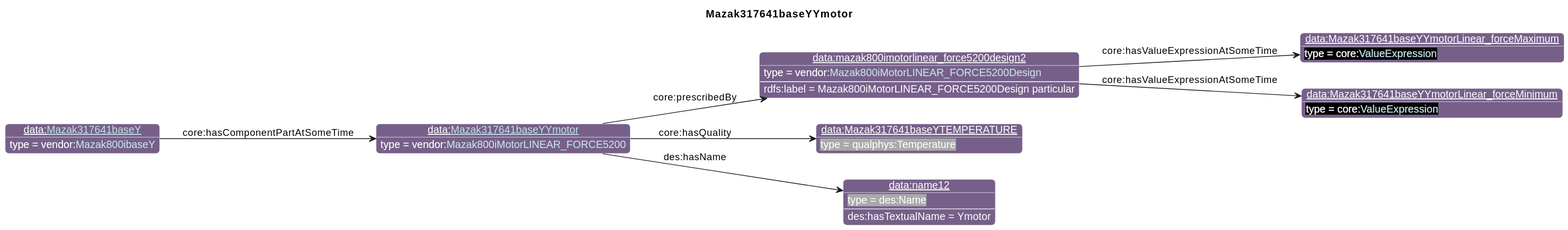
Earlier version of the PlantUML export diagrams/Mazak317641baseYYmotor.svg (iofoundry/example-syseng-mtconnect).
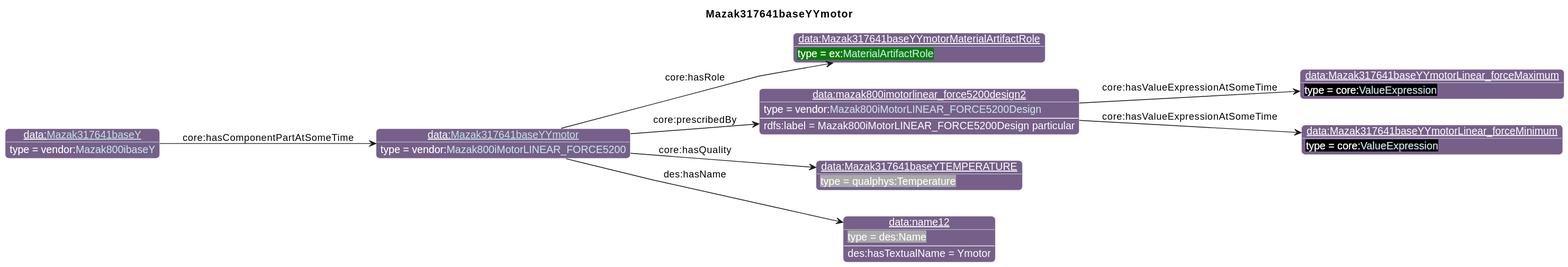
After the change.

Change to the diagram source:
```diff
@@ -26,18 +26,20 @@
                       "qp":"641B2E"
       }
 individual(o0, data:[[./Mazak317641baseYYmotor.html Mazak317641baseYYmotor]], vendor:[[../Mazak.html#Mazak800iMotorLINEAR_FORCE5200 Mazak800iMotorLINEAR_FORCE5200]])
-individual(o1, data:mazak800imotorlinear_force5200design2, vendor:[[../Mazak.html#Mazak800iMotorLINEAR_FORCE5200Design Mazak800iMotorLINEAR_FORCE5200Design]])
-individual(o2, data:Mazak317641baseYYmotorLinear_forceMaximum, core:[[https://spec.industrialontologies.org/ontology/core/Core/ValueExpression ValueExpression]])
-individual(o3, data:Mazak317641baseYYmotorLinear_forceMinimum, core:[[https://spec.industrialontologies.org/ontology/core/Core/ValueExpression ValueExpression]])
-individual(o4, data:Mazak317641baseYTEMPERATURE, qualphys:Temperature)
-individual(o5, data:name12, des:Name)
-individual(o6, data:[[./Mazak317641baseY.html Mazak317641baseY]], vendor:[[../Mazak.html#Mazak800ibaseY Mazak800ibaseY]])
-property(o0, "core:prescribedBy", o1)
-data(o1, "rdfs:label", "Mazak800iMotorLINEAR_FORCE5200Design particular")
-property(o1, "core:hasValueExpressionAtSomeTime", o2)
-property(o1, "core:hasValueExpressionAtSomeTime", o3)
-property(o0, "core:hasQuality", o4)
-property(o0, "des:hasName", o5)
-data(o5, "des:hasTextualName", "Ymotor")
-property(o6, "core:hasComponentPartAtSomeTime", o0)
+individual(o1, data:Mazak317641baseYYmotorMaterialArtifactRole, ex:[[../Example.html#MaterialArtifactRole MaterialArtifactRole]])
+individual(o2, data:mazak800imotorlinear_force5200design2, vendor:[[../Mazak.html#Mazak800iMotorLINEAR_FORCE5200Design Mazak800iMotorLINEAR_FORCE5200Design]])
+individual(o3, data:Mazak317641baseYYmotorLinear_forceMaximum, core:[[https://spec.industrialontologies.org/ontology/core/Core/ValueExpression ValueExpression]])
+individual(o4, data:Mazak317641baseYYmotorLinear_forceMinimum, core:[[https://spec.industrialontologies.org/ontology/core/Core/ValueExpression ValueExpression]])
+individual(o5, data:Mazak317641baseYTEMPERATURE, qualphys:Temperature)
+individual(o6, data:name12, des:Name)
+individual(o7, data:[[./Mazak317641baseY.html Mazak317641baseY]], vendor:[[../Mazak.html#Mazak800ibaseY Mazak800ibaseY]])
+property(o0, "core:hasRole", o1)
+property(o0, "core:prescribedBy", o2)
+data(o2, "rdfs:label", "Mazak800iMotorLINEAR_FORCE5200Design particular")
+property(o2, "core:hasValueExpressionAtSomeTime", o3)
+property(o2, "core:hasValueExpressionAtSomeTime", o4)
+property(o0, "core:hasQuality", o5)
+property(o0, "des:hasName", o6)
+data(o6, "des:hasTextualName", "Ymotor")
+property(o7, "core:hasComponentPartAtSomeTime", o0)
 @enduml
```
